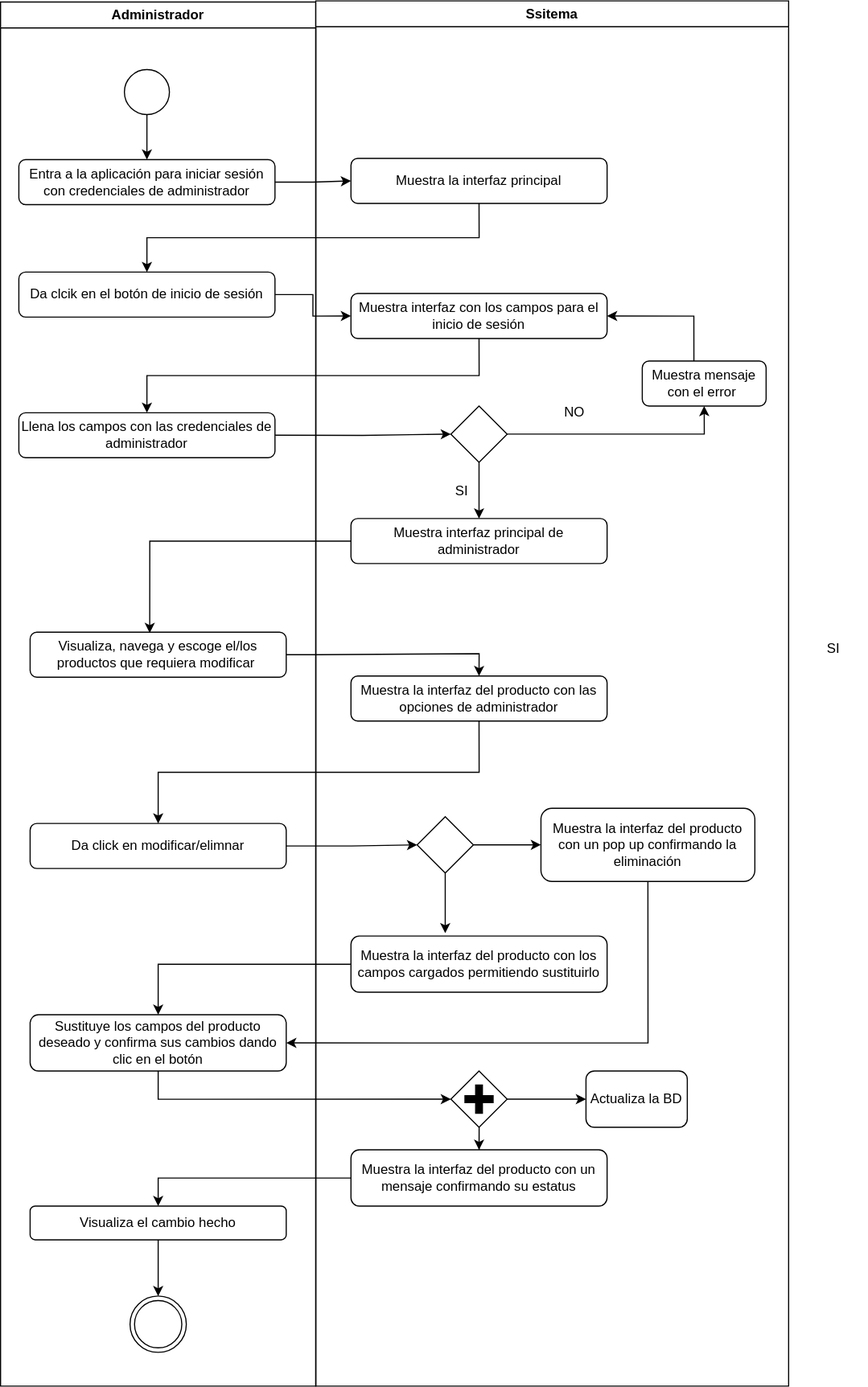
Before: cruditem.drawio.svg, a diagram exported from draw.io (LuisPuent3/diagramasFlujo). Source tidied: cells renumbered, new cells last; positions are measured from the earlier drawing's top-left corner, leaving out a move shared by most shapes.
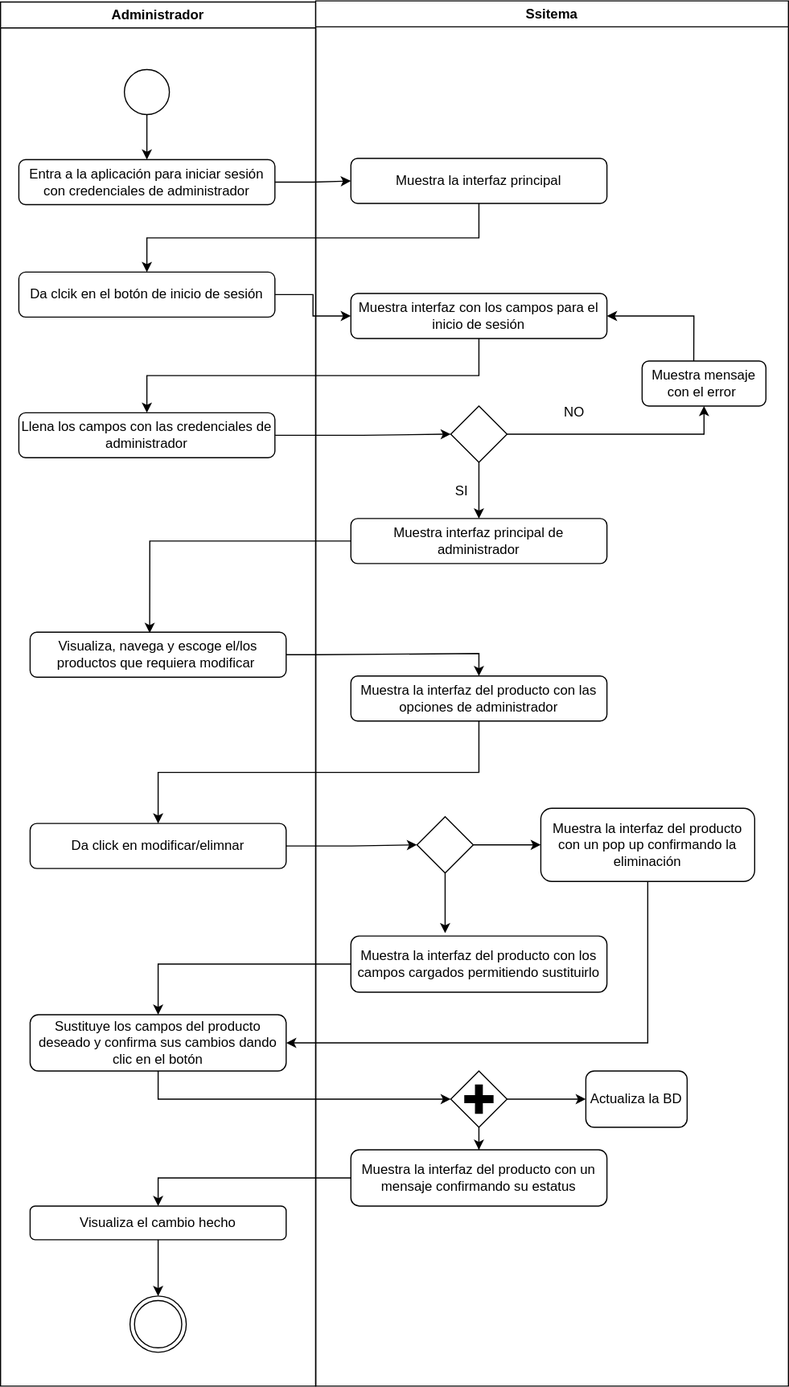
The same diagram one commit later.

Diff of the diagram source:
```diff
@@ -143,8 +143,5 @@
     <mxCell id="48" style="edgeStyle=orthogonalEdgeStyle;rounded=0;jettySize=auto;html=1;entryX=0.5;entryY=0;entryDx=0;entryDy=0;" parent="1" edge="1" source="29" target="12">
       <mxGeometry relative="1" as="geometry" />
     </mxCell>
-    <mxCell id="49" value="SI" style="text;strokeColor=none;align=center;fillColor=none;html=1;verticalAlign=middle;whiteSpace=wrap;rounded=0;" parent="1" vertex="1">
-      <mxGeometry x="710" y="561" width="60" height="30" as="geometry" />
-    </mxCell>
   </root>
 </mxGraphModel>
```
